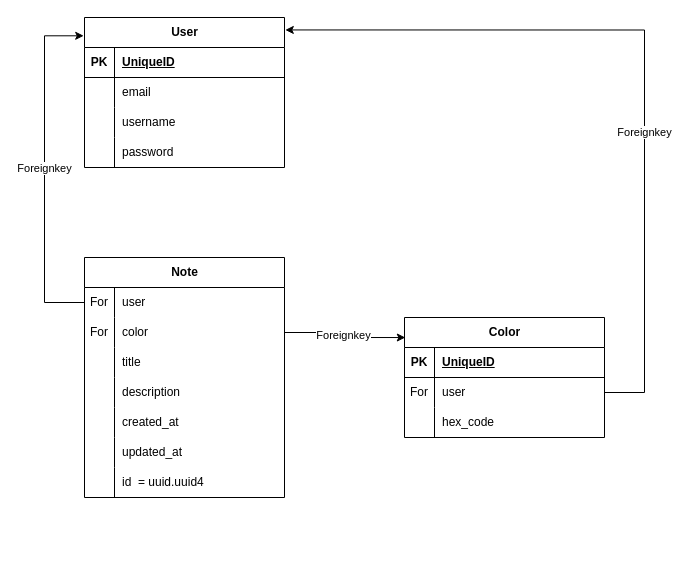
This is QuickNote_Models.drawio from JuliQ89/QuickNote, a draw.io file, before an edit. Source tidied: cells renumbered, new cells numbered last; positions are measured from the earlier drawing's top-left corner, leaving out a move shared by most shapes. Both pictures are drawn from the tidied source at 100%, with x=0, y=0 at pixel (44, 17).
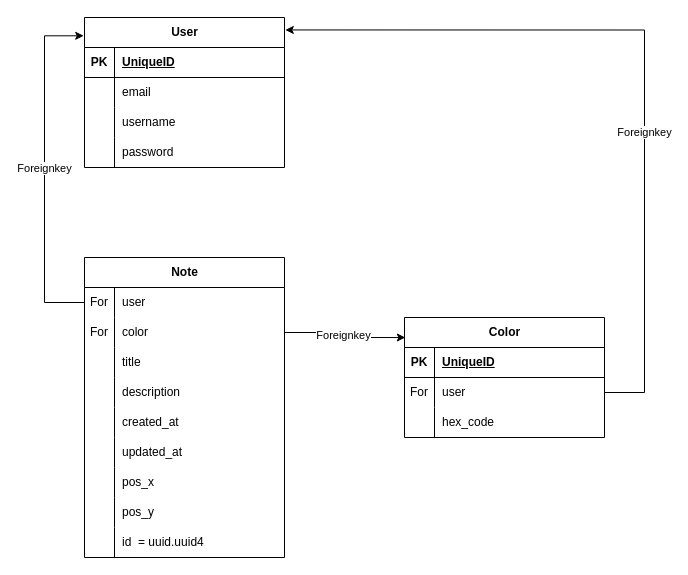
After the change.

Change to the diagram source:
```diff
@@
     <mxCell id="12" value="Note" style="shape=table;startSize=30;childLayout=tableLayout;rowLines=0;fontStyle=1;align=center;html=1;" parent="1" vertex="1">
-      <mxGeometry x="40" y="240" width="200" height="240" as="geometry" />
+      <mxGeometry x="40" y="240" width="200" height="300" as="geometry" />
     </mxCell>
@@
+    <mxCell id="53" style="shape=tableRow;horizontal=0;startSize=0;swimlaneHead=0;swimlaneBody=0;fillColor=none;top=0;left=0;right=0;bottom=0;" parent="12" vertex="1">
+      <mxGeometry y="210" width="200" height="30" as="geometry" />
+    </mxCell>
+    <mxCell id="54" style="shape=partialRectangle;fillColor=none;top=0;left=0;bottom=0;right=0;overflow=hidden;whiteSpace=wrap;html=1;" parent="53" vertex="1">
+      <mxGeometry width="30" height="30" as="geometry" />
+    </mxCell>
+    <mxCell id="55" value="pos_x" style="shape=partialRectangle;fillColor=none;top=0;left=0;bottom=0;right=0;align=left;spacingLeft=6;overflow=hidden;whiteSpace=wrap;html=1;" parent="53" vertex="1">
+      <mxGeometry x="30" width="170" height="30" as="geometry" />
+    </mxCell>
+    <mxCell id="56" style="shape=tableRow;horizontal=0;startSize=0;swimlaneHead=0;swimlaneBody=0;fillColor=none;top=0;left=0;right=0;bottom=0;" parent="12" vertex="1">
+      <mxGeometry y="240" width="200" height="30" as="geometry" />
+    </mxCell>
+    <mxCell id="57" style="shape=partialRectangle;fillColor=none;top=0;left=0;bottom=0;right=0;overflow=hidden;whiteSpace=wrap;html=1;" parent="56" vertex="1">
+      <mxGeometry width="30" height="30" as="geometry" />
+    </mxCell>
+    <mxCell id="58" value="pos_y" style="shape=partialRectangle;fillColor=none;top=0;left=0;bottom=0;right=0;align=left;spacingLeft=6;overflow=hidden;whiteSpace=wrap;html=1;" parent="56" vertex="1">
+      <mxGeometry x="30" width="170" height="30" as="geometry" />
+    </mxCell>
     <mxCell id="31" style="shape=tableRow;horizontal=0;startSize=0;swimlaneHead=0;swimlaneBody=0;fillColor=none;top=0;left=0;right=0;bottom=0;" parent="12" vertex="1">
-      <mxGeometry y="210" width="200" height="30" as="geometry" />
+      <mxGeometry y="270" width="200" height="30" as="geometry" />
     </mxCell>
```
